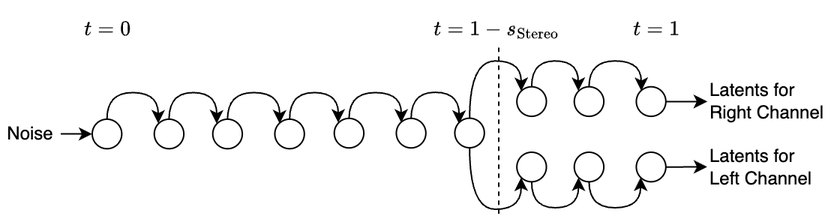
Earlier version of the draw.io export diags/stereo.png (anonymous757575/diffariff-companion). Source tidied: cells renumbered, new cells last; positions are measured from the earlier drawing's top-left corner, leaving out a move shared by most shapes.
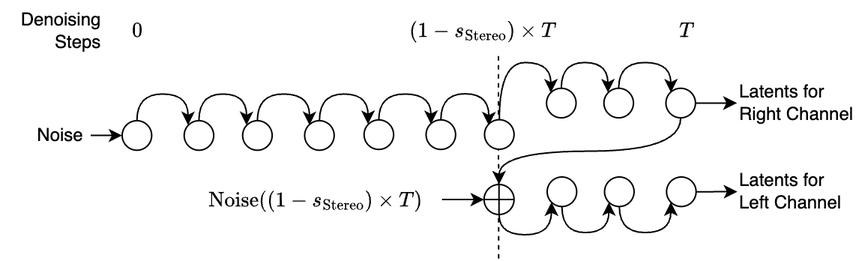
Above is the later version.

Change to the diagram source:
```diff
@@ -2,134 +2,137 @@
   <root>
     <mxCell id="0" />
     <mxCell id="1" parent="0" />
-    <mxCell id="2" style="edgeStyle=orthogonalEdgeStyle;rounded=0;jettySize=auto;html=1;exitX=0.5;exitY=0;exitDx=0;exitDy=0;entryX=0;entryY=0;entryDx=0;entryDy=0;curved=1;" parent="1" edge="1" source="3" target="5">
+    <mxCell id="2" style="endArrow=none;dashed=1;html=1;rounded=0;strokeWidth=1;" parent="1" edge="1">
       <mxGeometry relative="1" as="geometry">
-        <Array as="points">
-          <mxPoint x="71" y="57.2" />
-          <mxPoint x="105" y="57.2" />
-          <mxPoint x="105" y="78.2" />
-        </Array>
+        <mxPoint x="312.1" y="166.9" as="sourcePoint" />
+        <mxPoint x="312" y="13" as="targetPoint" />
       </mxGeometry>
     </mxCell>
-    <mxCell id="3" style="ellipse;whiteSpace=wrap;html=1;" parent="1" vertex="1">
-      <mxGeometry x="61" y="75" width="19.7" height="19.7" as="geometry" />
+    <mxCell id="3" style="edgeStyle=orthogonalEdgeStyle;rounded=0;jettySize=auto;html=1;exitX=0.5;exitY=0;exitDx=0;exitDy=0;entryX=0;entryY=0;entryDx=0;entryDy=0;curved=1;" parent="1" edge="1" source="4" target="6">
+      <mxGeometry relative="1" as="geometry">
+        <Array as="points">
+          <mxPoint x="71" y="57.2" />
+          <mxPoint x="105" y="57.2" />
+          <mxPoint x="105" y="78.2" />
+        </Array>
+      </mxGeometry>
     </mxCell>
-    <mxCell id="4" style="edgeStyle=orthogonalEdgeStyle;rounded=0;jettySize=auto;html=1;exitX=0.5;exitY=0;exitDx=0;exitDy=0;entryX=0;entryY=0;entryDx=0;entryDy=0;curved=1;" parent="1" edge="1" source="5" target="7">
-      <mxGeometry relative="1" as="geometry">
-        <Array as="points">
-          <mxPoint x="112" y="57.2" />
-          <mxPoint x="144" y="57.2" />
-          <mxPoint x="144" y="78.2" />
-        </Array>
-      </mxGeometry>
+    <mxCell id="4" style="ellipse;whiteSpace=wrap;html=1;" parent="1" vertex="1">
+      <mxGeometry x="61" y="75" width="19.7" height="19.7" as="geometry" />
     </mxCell>
-    <mxCell id="5" style="ellipse;whiteSpace=wrap;html=1;" parent="1" vertex="1">
-      <mxGeometry x="102.4" y="75" width="19.7" height="19.7" as="geometry" />
+    <mxCell id="5" style="edgeStyle=orthogonalEdgeStyle;rounded=0;jettySize=auto;html=1;exitX=0.5;exitY=0;exitDx=0;exitDy=0;entryX=0;entryY=0;entryDx=0;entryDy=0;curved=1;" parent="1" edge="1" source="6" target="8">
+      <mxGeometry relative="1" as="geometry">
+        <Array as="points">
+          <mxPoint x="112" y="57.2" />
+          <mxPoint x="144" y="57.2" />
+          <mxPoint x="144" y="78.2" />
+        </Array>
+      </mxGeometry>
     </mxCell>
-    <mxCell id="6" style="edgeStyle=orthogonalEdgeStyle;rounded=0;jettySize=auto;html=1;exitX=0.5;exitY=0;exitDx=0;exitDy=0;entryX=0;entryY=0;entryDx=0;entryDy=0;curved=1;" parent="1" edge="1" source="7" target="9">
-      <mxGeometry relative="1" as="geometry">
-        <Array as="points">
-          <mxPoint x="151" y="57.2" />
-          <mxPoint x="186" y="57.2" />
-          <mxPoint x="186" y="78.2" />
-        </Array>
-      </mxGeometry>
+    <mxCell id="6" style="ellipse;whiteSpace=wrap;html=1;" parent="1" vertex="1">
+      <mxGeometry x="102.4" y="75" width="19.7" height="19.7" as="geometry" />
     </mxCell>
-    <mxCell id="7" style="ellipse;whiteSpace=wrap;html=1;" parent="1" vertex="1">
-      <mxGeometry x="141.4" y="75" width="19.7" height="19.7" as="geometry" />
+    <mxCell id="7" style="edgeStyle=orthogonalEdgeStyle;rounded=0;jettySize=auto;html=1;exitX=0.5;exitY=0;exitDx=0;exitDy=0;entryX=0;entryY=0;entryDx=0;entryDy=0;curved=1;" parent="1" edge="1" source="8" target="10">
+      <mxGeometry relative="1" as="geometry">
+        <Array as="points">
+          <mxPoint x="151" y="57.2" />
+          <mxPoint x="186" y="57.2" />
+          <mxPoint x="186" y="78.2" />
+        </Array>
+      </mxGeometry>
     </mxCell>
-    <mxCell id="8" style="edgeStyle=orthogonalEdgeStyle;rounded=0;jettySize=auto;html=1;exitX=0.5;exitY=0;exitDx=0;exitDy=0;entryX=0;entryY=0;entryDx=0;entryDy=0;curved=1;" parent="1" edge="1" source="9" target="11">
-      <mxGeometry relative="1" as="geometry">
-        <Array as="points">
-          <mxPoint x="193" y="57.2" />
-          <mxPoint x="225" y="57.2" />
-          <mxPoint x="225" y="77.2" />
-        </Array>
-      </mxGeometry>
+    <mxCell id="8" style="ellipse;whiteSpace=wrap;html=1;" parent="1" vertex="1">
+      <mxGeometry x="141.4" y="75" width="19.7" height="19.7" as="geometry" />
     </mxCell>
-    <mxCell id="9" style="ellipse;whiteSpace=wrap;html=1;" parent="1" vertex="1">
-      <mxGeometry x="182.7" y="75" width="19.7" height="19.7" as="geometry" />
+    <mxCell id="9" style="edgeStyle=orthogonalEdgeStyle;rounded=0;jettySize=auto;html=1;exitX=0.5;exitY=0;exitDx=0;exitDy=0;entryX=0;entryY=0;entryDx=0;entryDy=0;curved=1;" parent="1" edge="1" source="10" target="12">
+      <mxGeometry relative="1" as="geometry">
+        <Array as="points">
+          <mxPoint x="193" y="57.2" />
+          <mxPoint x="225" y="57.2" />
+          <mxPoint x="225" y="77.2" />
+        </Array>
+      </mxGeometry>
     </mxCell>
-    <mxCell id="10" style="edgeStyle=orthogonalEdgeStyle;rounded=0;jettySize=auto;html=1;exitX=0.5;exitY=0;exitDx=0;exitDy=0;entryX=0;entryY=0;entryDx=0;entryDy=0;curved=1;" parent="1" edge="1" source="11" target="13">
-      <mxGeometry relative="1" as="geometry">
-        <Array as="points">
-          <mxPoint x="232" y="57.2" />
-          <mxPoint x="267" y="57.2" />
-          <mxPoint x="267" y="77.2" />
-        </Array>
-      </mxGeometry>
+    <mxCell id="10" style="ellipse;whiteSpace=wrap;html=1;" parent="1" vertex="1">
+      <mxGeometry x="182.7" y="75" width="19.7" height="19.7" as="geometry" />
     </mxCell>
-    <mxCell id="11" style="ellipse;whiteSpace=wrap;html=1;" parent="1" vertex="1">
-      <mxGeometry x="222.4" y="74.4" width="19.7" height="19.7" as="geometry" />
+    <mxCell id="11" style="edgeStyle=orthogonalEdgeStyle;rounded=0;jettySize=auto;html=1;exitX=0.5;exitY=0;exitDx=0;exitDy=0;entryX=0;entryY=0;entryDx=0;entryDy=0;curved=1;" parent="1" edge="1" source="12" target="14">
+      <mxGeometry relative="1" as="geometry">
+        <Array as="points">
+          <mxPoint x="232" y="57.2" />
+          <mxPoint x="267" y="57.2" />
+          <mxPoint x="267" y="77.2" />
+        </Array>
+      </mxGeometry>
     </mxCell>
-    <mxCell id="12" style="edgeStyle=orthogonalEdgeStyle;rounded=0;jettySize=auto;html=1;exitX=0.5;exitY=0;exitDx=0;exitDy=0;entryX=0;entryY=0;entryDx=0;entryDy=0;curved=1;" parent="1" edge="1" source="13">
-      <mxGeometry relative="1" as="geometry">
-        <mxPoint x="305.6" y="78.2" as="targetPoint" />
-        <Array as="points">
-          <mxPoint x="274" y="57" />
-          <mxPoint x="306" y="57" />
-        </Array>
-      </mxGeometry>
+    <mxCell id="12" style="ellipse;whiteSpace=wrap;html=1;" parent="1" vertex="1">
+      <mxGeometry x="222.4" y="74.4" width="19.7" height="19.7" as="geometry" />
     </mxCell>
-    <mxCell id="13" style="ellipse;whiteSpace=wrap;html=1;" parent="1" vertex="1">
-      <mxGeometry x="263.7" y="74.4" width="19.7" height="19.7" as="geometry" />
+    <mxCell id="13" style="edgeStyle=orthogonalEdgeStyle;rounded=0;jettySize=auto;html=1;exitX=0.5;exitY=0;exitDx=0;exitDy=0;entryX=0;entryY=0;entryDx=0;entryDy=0;curved=1;" parent="1" edge="1" source="14">
+      <mxGeometry relative="1" as="geometry">
+        <mxPoint x="305.6" y="78.2" as="targetPoint" />
+        <Array as="points">
+          <mxPoint x="274" y="57" />
+          <mxPoint x="306" y="57" />
+        </Array>
+      </mxGeometry>
     </mxCell>
-    <mxCell id="14" style="edgeStyle=orthogonalEdgeStyle;rounded=0;jettySize=auto;html=1;exitX=0.5;exitY=0;exitDx=0;exitDy=0;entryX=0;entryY=0;entryDx=0;entryDy=0;curved=1;" parent="1" edge="1" source="16" target="18">
-      <mxGeometry relative="1" as="geometry">
-        <Array as="points">
-          <mxPoint x="313" y="36.1" />
-          <mxPoint x="347" y="36.1" />
-        </Array>
-      </mxGeometry>
+    <mxCell id="14" style="ellipse;whiteSpace=wrap;html=1;" parent="1" vertex="1">
+      <mxGeometry x="263.7" y="74.4" width="19.7" height="19.7" as="geometry" />
     </mxCell>
-    <mxCell id="15" style="edgeStyle=orthogonalEdgeStyle;rounded=0;jettySize=auto;html=1;exitX=0.5;exitY=1;exitDx=0;exitDy=0;entryX=0;entryY=1;entryDx=0;entryDy=0;curved=1;" parent="1" edge="1" source="16" target="31">
+    <mxCell id="15" style="edgeStyle=orthogonalEdgeStyle;rounded=0;jettySize=auto;html=1;exitX=0.5;exitY=0;exitDx=0;exitDy=0;entryX=0;entryY=0;entryDx=0;entryDy=0;curved=1;" parent="1" edge="1" source="17" target="19">
       <mxGeometry relative="1" as="geometry">
         <Array as="points">
-          <mxPoint x="313" y="135" />
-          <mxPoint x="347" y="135" />
+          <mxPoint x="313" y="36.1" />
+          <mxPoint x="347" y="36.1" />
         </Array>
       </mxGeometry>
     </mxCell>
-    <mxCell id="16" style="ellipse;whiteSpace=wrap;html=1;" parent="1" vertex="1">
-      <mxGeometry x="302.7" y="74.3" width="19.7" height="19.7" as="geometry" />
+    <mxCell id="16" style="edgeStyle=orthogonalEdgeStyle;rounded=0;jettySize=auto;html=1;exitX=0.5;exitY=1;exitDx=0;exitDy=0;entryX=0;entryY=1;entryDx=0;entryDy=0;curved=1;exitPerimeter=0;" parent="1" edge="1" source="39" target="30">
+      <mxGeometry relative="1" as="geometry">
+        <Array as="points">
+          <mxPoint x="312" y="151" />
+          <mxPoint x="347" y="151" />
+        </Array>
+      </mxGeometry>
     </mxCell>
-    <mxCell id="17" style="edgeStyle=orthogonalEdgeStyle;rounded=0;jettySize=auto;html=1;exitX=0.5;exitY=0;exitDx=0;exitDy=0;entryX=0;entryY=0;entryDx=0;entryDy=0;curved=1;" parent="1" edge="1" source="18" target="20">
-      <mxGeometry relative="1" as="geometry">
-        <Array as="points">
-          <mxPoint x="354" y="36.1" />
-          <mxPoint x="385" y="36.1" />
-          <mxPoint x="385" y="56.1" />
-        </Array>
-      </mxGeometry>
+    <mxCell id="17" style="ellipse;whiteSpace=wrap;html=1;" parent="1" vertex="1">
+      <mxGeometry x="302.7" y="74.3" width="19.7" height="19.7" as="geometry" />
     </mxCell>
-    <mxCell id="18" style="ellipse;whiteSpace=wrap;html=1;" parent="1" vertex="1">
-      <mxGeometry x="344.1" y="53.4" width="19.7" height="19.7" as="geometry" />
+    <mxCell id="18" style="edgeStyle=orthogonalEdgeStyle;rounded=0;jettySize=auto;html=1;exitX=0.5;exitY=0;exitDx=0;exitDy=0;entryX=0;entryY=0;entryDx=0;entryDy=0;curved=1;" parent="1" edge="1" source="19" target="21">
+      <mxGeometry relative="1" as="geometry">
+        <Array as="points">
+          <mxPoint x="354" y="36.1" />
+          <mxPoint x="385" y="36.1" />
+          <mxPoint x="385" y="56.1" />
+        </Array>
+      </mxGeometry>
     </mxCell>
-    <mxCell id="19" style="edgeStyle=orthogonalEdgeStyle;rounded=0;jettySize=auto;html=1;exitX=0.5;exitY=0;exitDx=0;exitDy=0;entryX=0;entryY=0;entryDx=0;entryDy=0;curved=1;" parent="1" edge="1" source="20" target="22">
-      <mxGeometry relative="1" as="geometry">
-        <Array as="points">
-          <mxPoint x="392" y="36.1" />
-          <mxPoint x="427" y="36.1" />
-          <mxPoint x="427" y="56.1" />
-        </Array>
-      </mxGeometry>
+    <mxCell id="19" style="ellipse;whiteSpace=wrap;html=1;" parent="1" vertex="1">
+      <mxGeometry x="344.1" y="53.4" width="19.7" height="19.7" as="geometry" />
     </mxCell>
-    <mxCell id="20" style="ellipse;whiteSpace=wrap;html=1;" parent="1" vertex="1">
-      <mxGeometry x="382.4" y="53.4" width="19.7" height="19.7" as="geometry" />
+    <mxCell id="20" style="edgeStyle=orthogonalEdgeStyle;rounded=0;jettySize=auto;html=1;exitX=0.5;exitY=0;exitDx=0;exitDy=0;entryX=0;entryY=0;entryDx=0;entryDy=0;curved=1;" parent="1" edge="1" source="21" target="23">
+      <mxGeometry relative="1" as="geometry">
+        <Array as="points">
+          <mxPoint x="392" y="36.1" />
+          <mxPoint x="427" y="36.1" />
+          <mxPoint x="427" y="56.1" />
+        </Array>
+      </mxGeometry>
     </mxCell>
-    <mxCell id="21" style="edgeStyle=orthogonalEdgeStyle;rounded=0;jettySize=auto;html=1;exitX=1;exitY=0.5;exitDx=0;exitDy=0;entryX=0;entryY=0.5;entryDx=0;entryDy=0;" parent="1" edge="1" source="22" target="27">
-      <mxGeometry relative="1" as="geometry" />
+    <mxCell id="21" style="ellipse;whiteSpace=wrap;html=1;" parent="1" vertex="1">
+      <mxGeometry x="382.4" y="53.4" width="19.7" height="19.7" as="geometry" />
     </mxCell>
-    <mxCell id="22" style="ellipse;whiteSpace=wrap;html=1;" parent="1" vertex="1">
-      <mxGeometry x="423.7" y="53.4" width="19.7" height="19.7" as="geometry" />
+    <mxCell id="22" style="edgeStyle=orthogonalEdgeStyle;rounded=0;jettySize=auto;html=1;exitX=1;exitY=0.5;exitDx=0;exitDy=0;entryX=0;entryY=0.5;entryDx=0;entryDy=0;" parent="1" edge="1" source="23" target="27">
+      <mxGeometry relative="1" as="geometry" />
     </mxCell>
-    <mxCell id="23" value="$$t=0$$" style="text;html=1;align=center;verticalAlign=middle;points=[];strokeColor=none;fillColor=none;" parent="1" vertex="1">
-      <mxGeometry x="35.8" y="-0.1" width="70" height="30" as="geometry" />
+    <mxCell id="23" style="ellipse;whiteSpace=wrap;html=1;" parent="1" vertex="1">
+      <mxGeometry x="423.7" y="53.4" width="19.7" height="19.7" as="geometry" />
     </mxCell>
-    <mxCell id="24" value="$$t=1$$" style="text;html=1;align=center;verticalAlign=middle;strokeColor=none;fillColor=none;" parent="1" vertex="1">
-      <mxGeometry x="402" y="-0.1" width="70" height="30" as="geometry" />
+    <mxCell id="24" value="$$T$$" style="text;html=1;align=center;verticalAlign=middle;strokeColor=none;fillColor=none;" parent="1" vertex="1">
+      <mxGeometry x="407" y="-0.1" width="60" height="30" as="geometry" />
     </mxCell>
-    <mxCell id="25" style="edgeStyle=orthogonalEdgeStyle;rounded=0;jettySize=auto;html=1;exitX=1;exitY=0.5;exitDx=0;exitDy=0;entryX=0;entryY=0.5;entryDx=0;entryDy=0;" parent="1" edge="1" source="26" target="3">
+    <mxCell id="25" style="edgeStyle=orthogonalEdgeStyle;rounded=0;jettySize=auto;html=1;exitX=1;exitY=0.5;exitDx=0;exitDy=0;entryX=0;entryY=0.5;entryDx=0;entryDy=0;" parent="1" edge="1" source="26" target="4">
       <mxGeometry relative="1" as="geometry" />
     </mxCell>
     <mxCell id="26" value="Noise" style="rounded=0;whiteSpace=wrap;html=1;fillColor=none;strokeColor=none;" parent="1" vertex="1">
@@ -138,45 +141,59 @@
     <mxCell id="27" value="Latents for Right Channel" style="rounded=0;whiteSpace=wrap;html=1;fillColor=none;strokeColor=none;align=left;" parent="1" vertex="1">
       <mxGeometry x="471" y="50.2" width="84" height="26" as="geometry" />
     </mxCell>
-    <mxCell id="28" value="$$t=1-s_\text{Stereo}$$" style="text;html=1;align=center;verticalAlign=middle;strokeColor=none;fillColor=none;" parent="1" vertex="1">
-      <mxGeometry x="254.7" y="-0.1" width="150" height="30" as="geometry" />
+    <mxCell id="28" value="$$(1-s_\text{Stereo}) \times T$$" style="text;html=1;align=center;verticalAlign=middle;strokeColor=none;fillColor=default;" parent="1" vertex="1">
+      <mxGeometry x="207" y="-0.1" width="190" height="30" as="geometry" />
     </mxCell>
-    <mxCell id="29" style="endArrow=none;dashed=1;html=1;rounded=0;" parent="1" edge="1">
+    <mxCell id="29" style="edgeStyle=orthogonalEdgeStyle;rounded=0;jettySize=auto;html=1;exitX=0.5;exitY=1;exitDx=0;exitDy=0;entryX=0;entryY=1;entryDx=0;entryDy=0;curved=1;" parent="1" edge="1" source="30" target="32">
       <mxGeometry relative="1" as="geometry">
-        <mxPoint x="332" y="138.2" as="sourcePoint" />
-        <mxPoint x="332" y="25.1" as="targetPoint" />
+        <Array as="points">
+          <mxPoint x="354.4" y="149.5" />
+          <mxPoint x="385.4" y="149.5" />
+        </Array>
       </mxGeometry>
     </mxCell>
-    <mxCell id="30" style="edgeStyle=orthogonalEdgeStyle;rounded=0;jettySize=auto;html=1;exitX=0.5;exitY=1;exitDx=0;exitDy=0;entryX=0;entryY=1;entryDx=0;entryDy=0;curved=1;" parent="1" edge="1" source="31" target="33">
-      <mxGeometry relative="1" as="geometry">
-        <Array as="points">
-          <mxPoint x="354" y="134" />
-          <mxPoint x="385" y="134" />
-        </Array>
-      </mxGeometry>
+    <mxCell id="30" style="ellipse;whiteSpace=wrap;html=1;" parent="1" vertex="1">
+      <mxGeometry x="344.5" y="112.5" width="19.7" height="19.7" as="geometry" />
     </mxCell>
-    <mxCell id="31" style="ellipse;whiteSpace=wrap;html=1;" parent="1" vertex="1">
-      <mxGeometry x="344.1" y="97" width="19.7" height="19.7" as="geometry" />
+    <mxCell id="31" style="edgeStyle=orthogonalEdgeStyle;rounded=0;jettySize=auto;html=1;exitX=0.5;exitY=1;exitDx=0;exitDy=0;entryX=0;entryY=1;entryDx=0;entryDy=0;curved=1;" parent="1" edge="1" source="32" target="34">
+      <mxGeometry relative="1" as="geometry">
+        <Array as="points">
+          <mxPoint x="392.4" y="149.5" />
+          <mxPoint x="427.4" y="149.5" />
+        </Array>
+      </mxGeometry>
     </mxCell>
-    <mxCell id="32" style="edgeStyle=orthogonalEdgeStyle;rounded=0;jettySize=auto;html=1;exitX=0.5;exitY=1;exitDx=0;exitDy=0;entryX=0;entryY=1;entryDx=0;entryDy=0;curved=1;" parent="1" edge="1" source="33" target="35">
-      <mxGeometry relative="1" as="geometry">
-        <Array as="points">
-          <mxPoint x="392" y="134" />
-          <mxPoint x="427" y="134" />
-        </Array>
-      </mxGeometry>
+    <mxCell id="32" style="ellipse;whiteSpace=wrap;html=1;" parent="1" vertex="1">
+      <mxGeometry x="382.8" y="112.5" width="19.7" height="19.7" as="geometry" />
     </mxCell>
-    <mxCell id="33" style="ellipse;whiteSpace=wrap;html=1;" parent="1" vertex="1">
-      <mxGeometry x="382.4" y="97" width="19.7" height="19.7" as="geometry" />
+    <mxCell id="33" style="edgeStyle=orthogonalEdgeStyle;rounded=0;jettySize=auto;html=1;exitX=1;exitY=0.5;exitDx=0;exitDy=0;entryX=0;entryY=0.5;entryDx=0;entryDy=0;" parent="1" edge="1" source="34">
+      <mxGeometry relative="1" as="geometry">
+        <mxPoint x="471.4" y="122.5" as="targetPoint" />
+      </mxGeometry>
     </mxCell>
-    <mxCell id="34" style="edgeStyle=orthogonalEdgeStyle;rounded=0;jettySize=auto;html=1;exitX=1;exitY=0.5;exitDx=0;exitDy=0;entryX=0;entryY=0.5;entryDx=0;entryDy=0;" parent="1" edge="1" source="35" target="36">
-      <mxGeometry relative="1" as="geometry" />
+    <mxCell id="34" style="ellipse;whiteSpace=wrap;html=1;" parent="1" vertex="1">
+      <mxGeometry x="424.1" y="112.5" width="19.7" height="19.7" as="geometry" />
     </mxCell>
-    <mxCell id="35" style="ellipse;whiteSpace=wrap;html=1;" parent="1" vertex="1">
-      <mxGeometry x="423.7" y="97" width="19.7" height="19.7" as="geometry" />
+    <mxCell id="35" value="Latents for &lt;br&gt;Left Channel" style="rounded=0;whiteSpace=wrap;html=1;fillColor=none;strokeColor=none;align=left;" parent="1" vertex="1">
+      <mxGeometry x="471" y="109.3" width="84" height="26" as="geometry" />
     </mxCell>
-    <mxCell id="36" value="Latents for &lt;br&gt;Left Channel" style="rounded=0;whiteSpace=wrap;html=1;fillColor=none;strokeColor=none;align=left;" parent="1" vertex="1">
-      <mxGeometry x="471" y="94" width="84" height="26" as="geometry" />
+    <mxCell id="36" value="Denoising&lt;br&gt;&lt;div style=&quot;text-align: right;&quot;&gt;&lt;span style=&quot;background-color: initial;&quot;&gt;Steps&lt;/span&gt;&lt;/div&gt;" style="text;html=1;align=center;verticalAlign=middle;points=[];strokeColor=none;fillColor=none;" parent="1" vertex="1">
+      <mxGeometry x="-20" y="-5.1" width="80" height="40" as="geometry" />
     </mxCell>
+    <mxCell id="37" value="$$0$$" style="text;html=1;align=center;verticalAlign=middle;strokeColor=none;fillColor=none;" parent="1" vertex="1">
+      <mxGeometry x="40.8" y="-0.1" width="60" height="30" as="geometry" />
+    </mxCell>
+    <mxCell id="38" value="&lt;span style=&quot;text-wrap: nowrap;&quot;&gt;$$\text{Noise}((1-s_\text{Stereo}) \times T)$$&lt;/span&gt;" style="whiteSpace=wrap;html=1;fillColor=none;strokeColor=none;" parent="1" vertex="1">
+      <mxGeometry x="107.4" y="112.5" width="167" height="30" as="geometry" />
+    </mxCell>
+    <mxCell id="39" style="verticalLabelPosition=bottom;verticalAlign=top;html=1;shape=mxgraph.flowchart.summing_function;" parent="1" vertex="1">
+      <mxGeometry x="302.4" y="117.5" width="20" height="20" as="geometry" />
+    </mxCell>
+    <mxCell id="40" style="edgeStyle=orthogonalEdgeStyle;rounded=0;jettySize=auto;html=1;exitX=1;exitY=0.5;exitDx=0;exitDy=0;entryX=0;entryY=0.5;entryDx=0;entryDy=0;entryPerimeter=0;" parent="1" edge="1" source="38" target="39">
+      <mxGeometry relative="1" as="geometry" />
+    </mxCell>
+    <mxCell id="41" style="edgeStyle=orthogonalEdgeStyle;rounded=0;jettySize=auto;html=1;exitX=0.5;exitY=1;exitDx=0;exitDy=0;entryX=0.5;entryY=0;entryDx=0;entryDy=0;entryPerimeter=0;curved=1;" parent="1" edge="1" source="23" target="39">
+      <mxGeometry relative="1" as="geometry" />
+    </mxCell>
   </root>
 </mxGraphModel>
```
